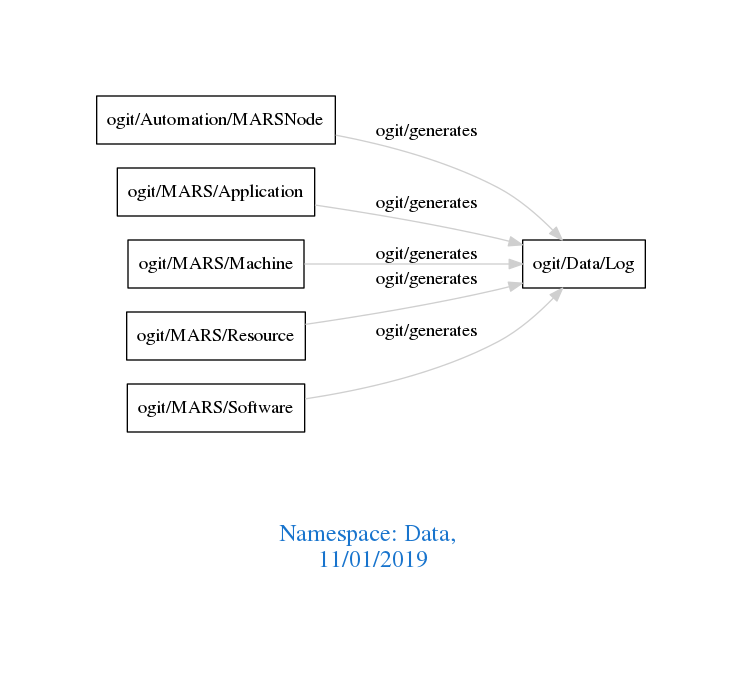
Before: downloads/Data.png, a diagram exported from Graphviz (arago/OGIT). Its source is kept beside it as downloads/Data.dot.
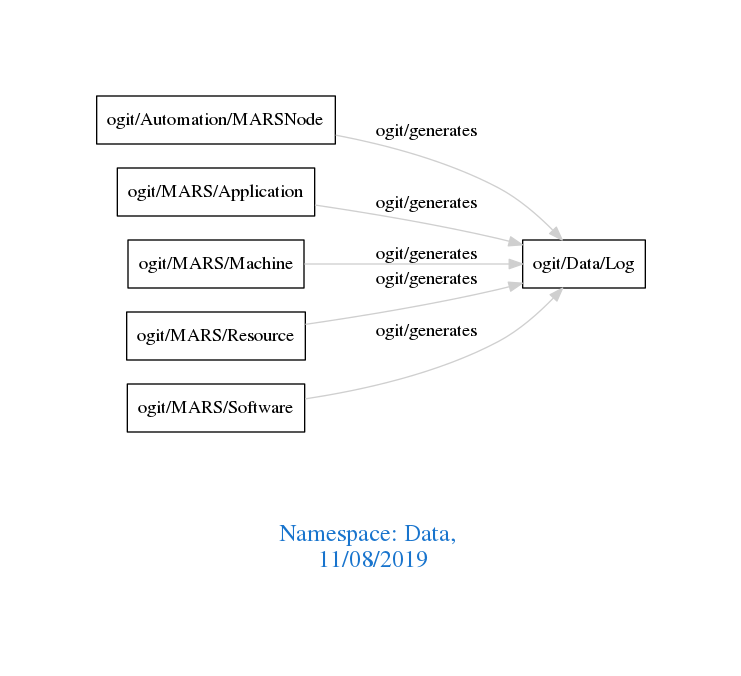
After the commit.

The edit, as a diff of the source:
```diff
@@ -1,7 +1,7 @@
 digraph OGIT_ontology {
  graph [ rankdir= LR,pad=1
 fontsize = 18,
-fontcolor= dodgerblue3,label = "\n\n\nNamespace: Data, \n 11/01/2019"];
+fontcolor= dodgerblue3,label = "\n\n\nNamespace: Data, \n 11/08/2019"];
 node[shape=polygon];
 edge [  color="gray81"];
 
```
